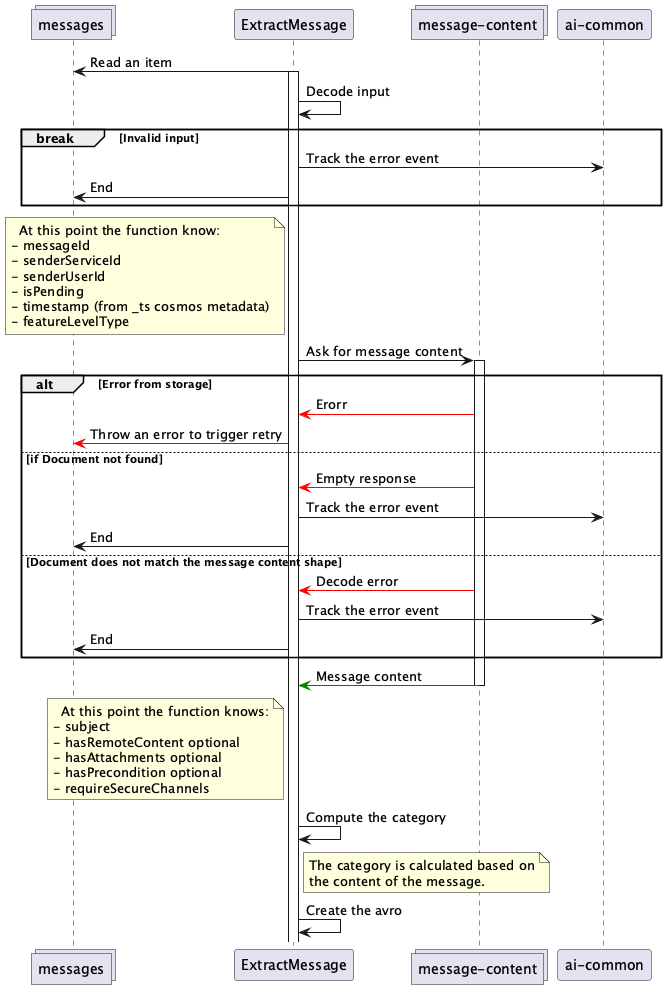
Above: docs/extract-message/extract-message.png in pagopa/io-messages (PlantUML), before the change.
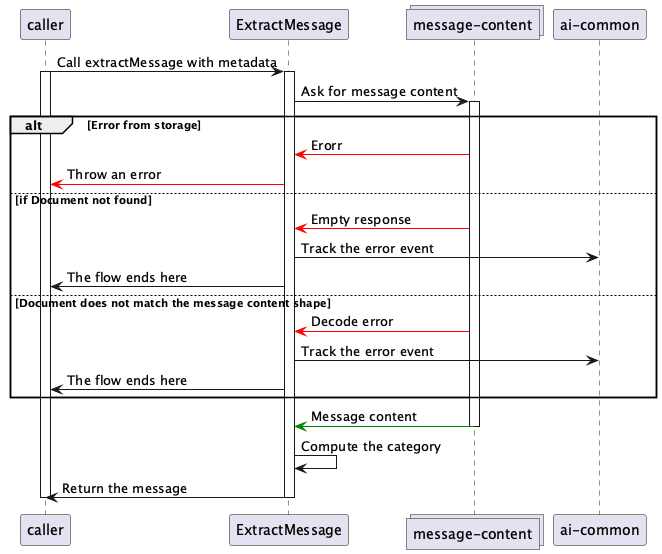
Above is the later version.

Commit message:
docs: update sequence diagram

Diff of the diagram source:
```diff
@@ -1,65 +1,37 @@
 @startuml
 
-collections messages
+participant caller
 participant ExtractMessage as em
 collections "message-content" as mc
 participant "ai-common" as ai
 
-em -> messages : Read an item
+caller -> em : Call extractMessage with metadata
+activate caller
 activate em
-
-em -> em : Decode input
-
-break Invalid input
-  em -> ai : Track the error event
-  em -> messages : End
-end
-
-note left of em
-  At this point the function know:
-- messageId
-- senderServiceId
-- senderUserId
-- isPending
-- timestamp (from _ts cosmos metadata)
-- featureLevelType
-end note
 
 em -> mc : Ask for message content
 activate mc
 
 alt Error from storage
   mc -[#red]> em : Erorr
-  em -[#red]> messages : Throw an error to trigger retry
+  em -[#red]> caller : Throw an error
 else if Document not found
   mc -[#red]> em : Empty response
   em -> ai : Track the error event
-  em -> messages : End
+  em -> caller: The flow ends here
 else Document does not match the message content shape
   mc -[#red]> em : Decode error
   em -> ai : Track the error event
-  em -> messages : End
+  em -> caller: The flow ends here
 end
 
 mc -[#green]> em : Message content
 deactivate mc
 
-note left of em
-  At this point the function knows:
-- subject
-- hasRemoteContent optional
-- hasAttachments optional
-- hasPrecondition optional
-- requireSecureChannels
-end note
-
 em -> em : Compute the category
 
-note right of em
-The category is calculated based on
-the content of the message.
-end note
+em -> caller : Return the message
 
-em -> em : Create the avro
-
+deactivate em
+deactivate caller
 @enduml
```
